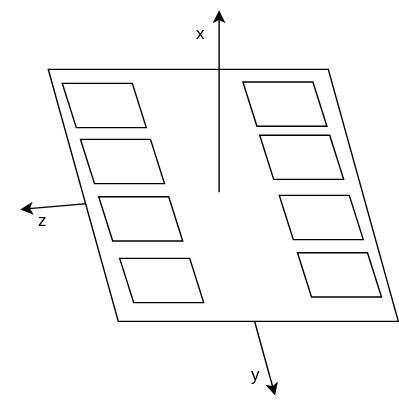
Before: figures/introduction/CoordinateSystem.svg, a diagram exported from draw.io (Mikkelnn/ESD7-Project). Source tidied: cells renumbered, new cells last; positions are measured from the earlier drawing's top-left corner, leaving out a move shared by most shapes.
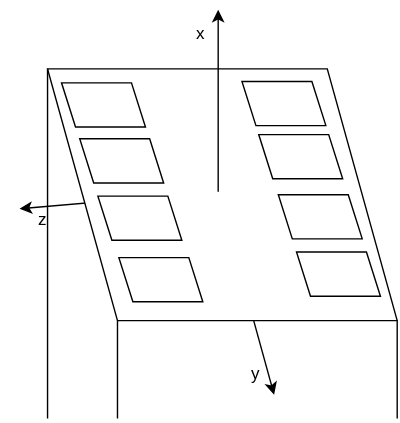
The same file after the commit.

Change to the diagram source:
```diff
@@ -56,5 +56,23 @@
     <mxCell id="16" value="x" style="text;html=1;whiteSpace=wrap;strokeColor=none;fillColor=none;align=center;verticalAlign=middle;rounded=0;fontFamily=modern;fontSource=https%3A%2F%2Fsourceforge.net%2Fprojects%2Fcm-unicode%2F;" parent="1" vertex="1">
       <mxGeometry x="113" y="2" width="60" height="30" as="geometry" />
     </mxCell>
+    <mxCell id="17" style="endArrow=none;html=1;rounded=0;" parent="1" edge="1">
+      <mxGeometry relative="1" as="geometry">
+        <mxPoint x="84" y="292" as="sourcePoint" />
+        <mxPoint x="84" y="222" as="targetPoint" />
+      </mxGeometry>
+    </mxCell>
+    <mxCell id="18" style="endArrow=none;html=1;rounded=0;" parent="1" edge="1">
+      <mxGeometry relative="1" as="geometry">
+        <mxPoint x="284" y="292" as="sourcePoint" />
+        <mxPoint x="284" y="222" as="targetPoint" />
+      </mxGeometry>
+    </mxCell>
+    <mxCell id="19" style="endArrow=none;html=1;rounded=0;" parent="1" edge="1">
+      <mxGeometry relative="1" as="geometry">
+        <mxPoint x="34" y="42" as="sourcePoint" />
+        <mxPoint x="34" y="292" as="targetPoint" />
+      </mxGeometry>
+    </mxCell>
   </root>
 </mxGraphModel>
```
